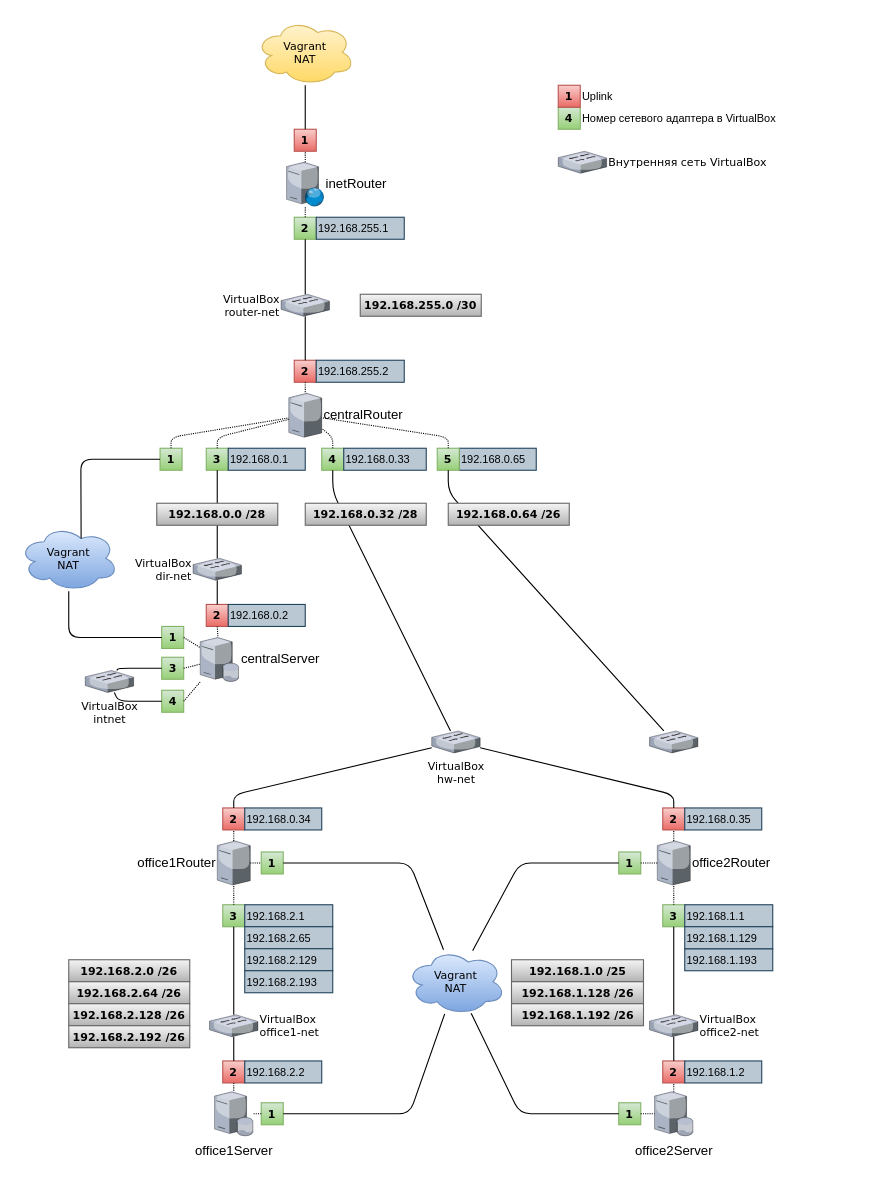
Before: tasks/18/schemes/scheme.drawio in che-a/otus-pro-linux-admin, a draw.io diagram. Source tidied: cells renumbered, new cells numbered last; positions are measured from the earlier drawing's top-left corner, leaving out a move shared by most shapes. Both pictures are drawn from the tidied source at 110%, with x=0, y=0 at pixel (19, 19).
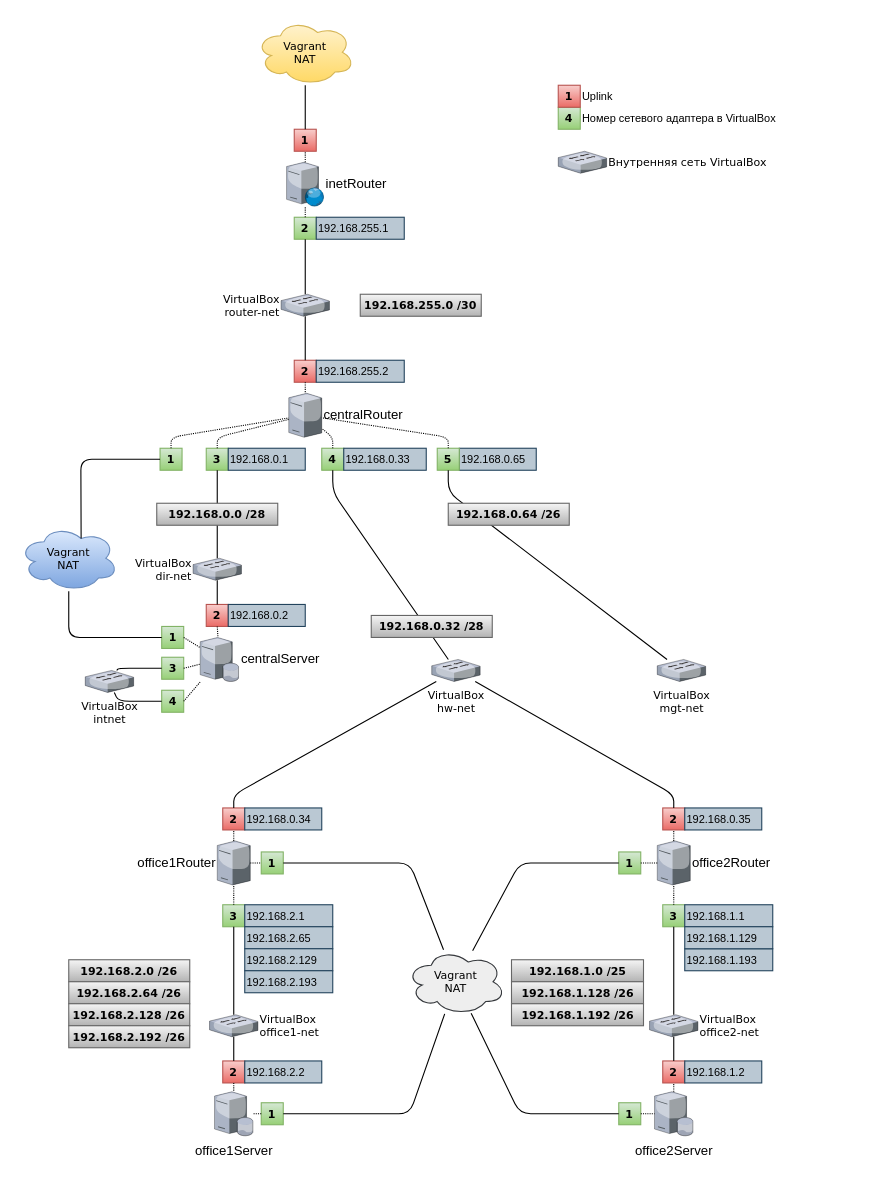
Above is the later version.

The edit, as a diff of the source:
```diff
@@
     <mxCell id="23" value="&lt;div&gt;VirtualBox&lt;/div&gt;&lt;div&gt;hw-net&lt;/div&gt;" style="verticalLabelPosition=bottom;html=1;verticalAlign=top;strokeColor=none;align=center;outlineConnect=0;shape=mxgraph.citrix.switch;fontFamily=Verdana;fontSize=10;fontColor=#000000;labelPosition=center;" parent="1" vertex="1">
-      <mxGeometry x="375" y="647" width="44" height="20" as="geometry" />
+      <mxGeometry x="375" y="582" width="44" height="20" as="geometry" />
     </mxCell>
@@
-    <mxCell id="61" value="Vagrant&lt;br&gt;&lt;div&gt;NAT&lt;/div&gt;" style="ellipse;shape=cloud;whiteSpace=wrap;html=1;fontFamily=Verdana;fontSize=10;gradientColor=#7ea6e0;fillColor=#dae8fc;strokeColor=#6c8ebf;" parent="1" vertex="1">
+    <mxCell id="61" value="Vagrant&lt;br&gt;&lt;div&gt;NAT&lt;/div&gt;" style="ellipse;shape=cloud;whiteSpace=wrap;html=1;fontFamily=Verdana;fontSize=10;fillColor=#eeeeee;strokeColor=#36393d;" parent="1" vertex="1">
       <mxGeometry x="352" y="845" width="90" height="60" as="geometry" />
     </mxCell>
@@
-    <mxCell id="95" style="verticalLabelPosition=middle;html=1;verticalAlign=middle;strokeColor=none;align=left;outlineConnect=0;shape=mxgraph.citrix.switch;fontFamily=Verdana;fontSize=10;fontColor=#000000;labelPosition=right;" parent="1" vertex="1">
-      <mxGeometry x="573" y="647" width="44" height="20" as="geometry" />
+    <mxCell id="95" value="&lt;div&gt;VirtualBox&lt;/div&gt;&lt;div&gt;mgt-net&lt;/div&gt;" style="verticalLabelPosition=bottom;html=1;verticalAlign=top;strokeColor=none;align=center;outlineConnect=0;shape=mxgraph.citrix.switch;fontFamily=Verdana;fontSize=10;fontColor=#000000;labelPosition=center;" parent="1" vertex="1">
+      <mxGeometry x="580" y="582" width="44" height="20" as="geometry" />
     </mxCell>
@@
     <mxCell id="111" value="192.168.0.32 /28" style="rounded=0;whiteSpace=wrap;html=1;fontFamily=Verdana;fontSize=10;fillColor=#f5f5f5;strokeColor=#666666;fontStyle=1;align=center;gradientColor=#b3b3b3;" parent="1" vertex="1">
-      <mxGeometry x="260" y="440" width="110" height="20" as="geometry" />
+      <mxGeometry x="320" y="542" width="110" height="20" as="geometry" />
     </mxCell>
```
